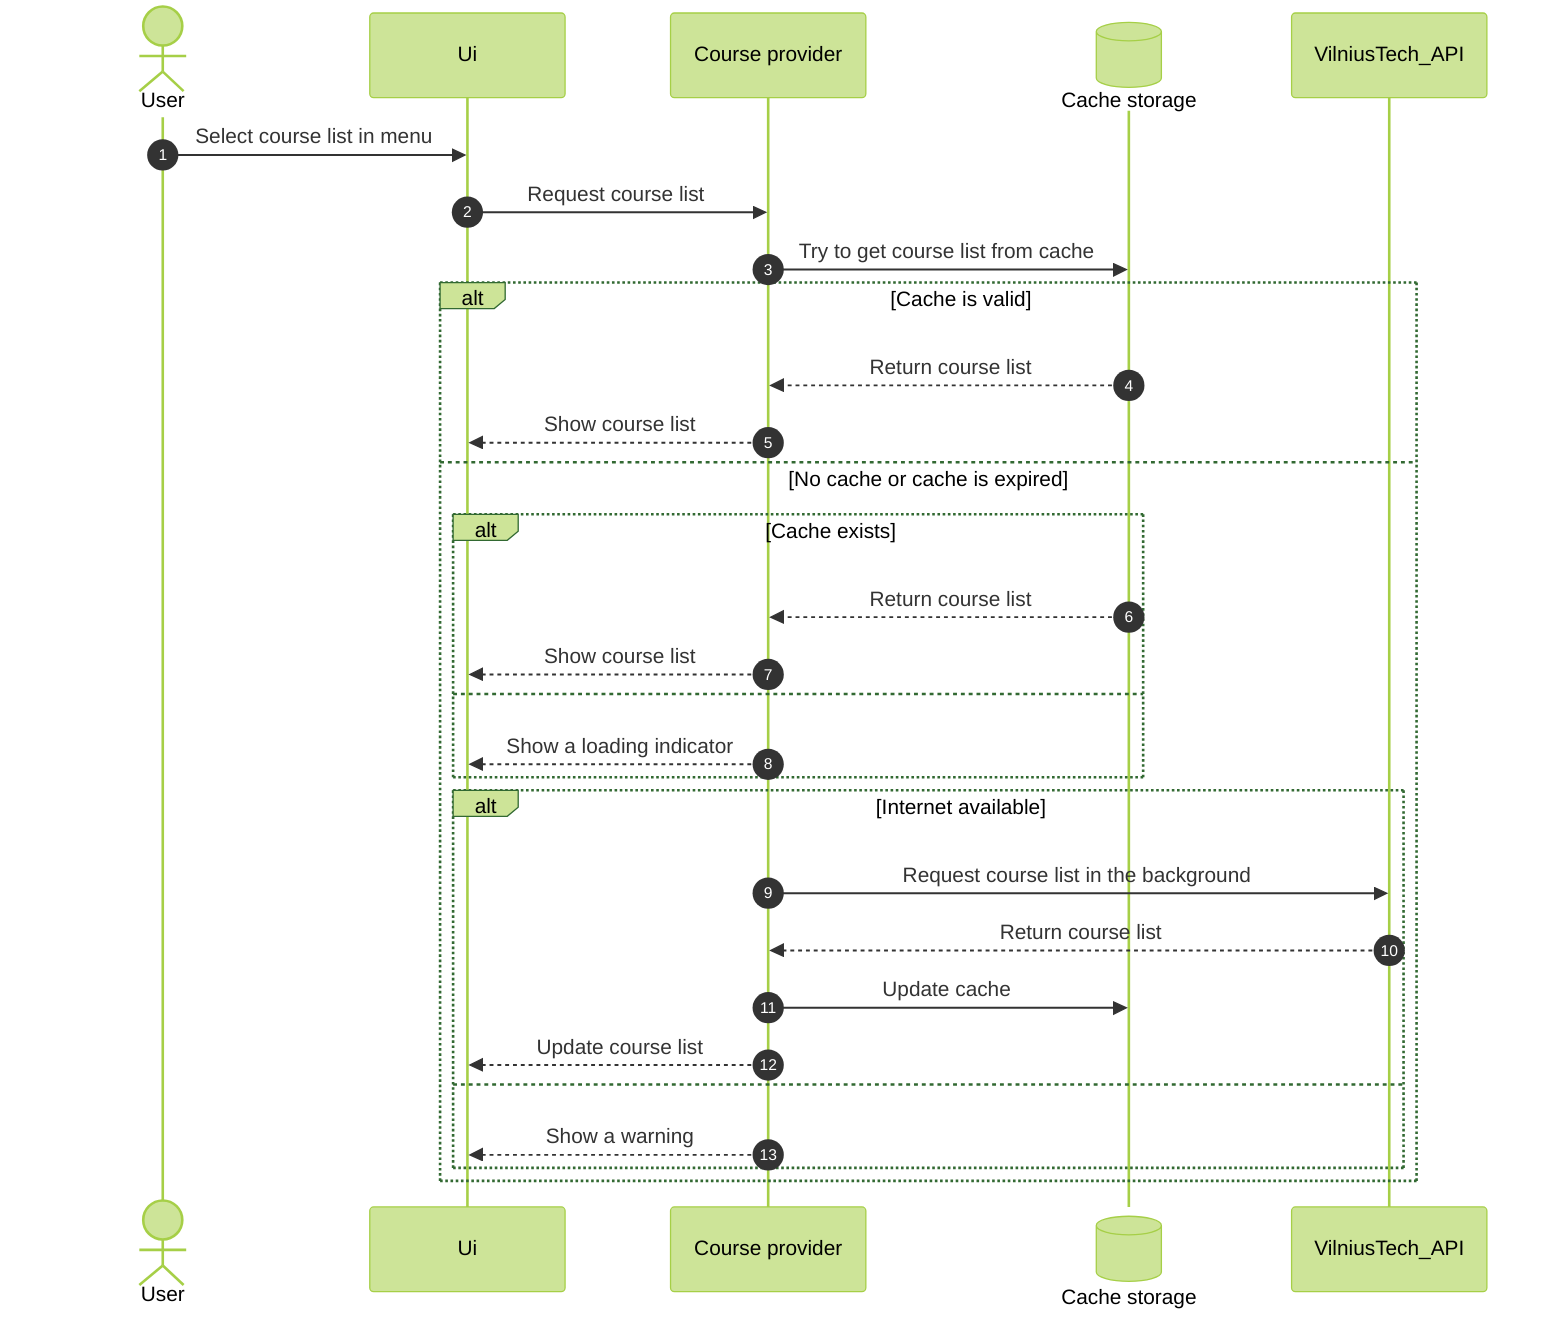
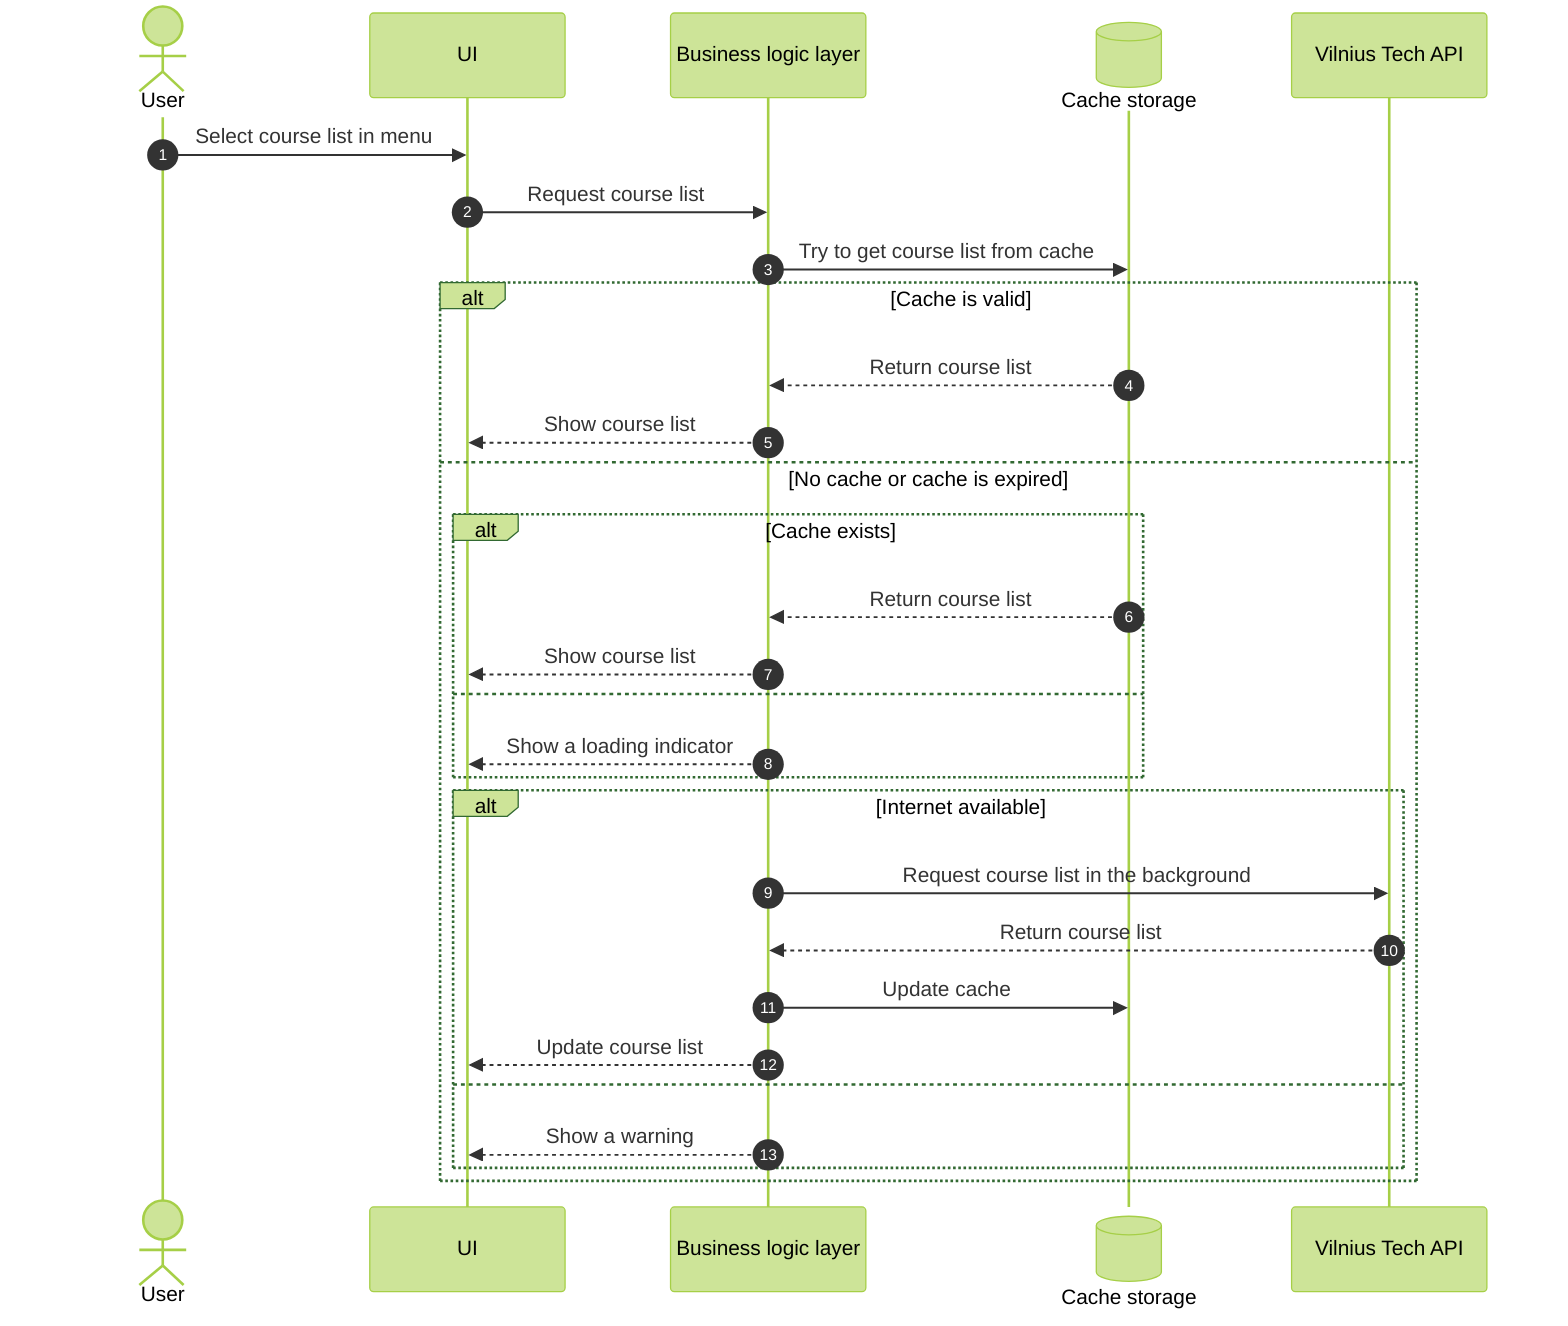
---
config:
  theme: forest
---
sequenceDiagram
    actor User
-     participant Ui
-     participant CourseProvider as Course provider
+     participant Ui as UI
+     participant CourseProvider as Business logic layer
    participant CacheStorage@{ "type": "database" } as Cache storage
-     participant VilniusTech_API
+     participant VilniusTech_API as Vilnius Tech API
    autonumber
    User->>Ui: Select course list in menu
    Ui->>CourseProvider: Request course list
    CourseProvider->>CacheStorage: Try to get course list from cache
    alt Cache is valid
        CacheStorage-->>CourseProvider: Return course list
        CourseProvider-->>Ui: Show course list
    else No cache or cache is expired
        alt Cache exists
            CacheStorage-->>CourseProvider: Return course list
            CourseProvider-->>Ui: Show course list
        else
            CourseProvider-->>Ui: Show a loading indicator
        end

        alt Internet available
            CourseProvider->>VilniusTech_API: Request course list in the background
            VilniusTech_API-->>CourseProvider: Return course list
            CourseProvider->>CacheStorage: Update cache
            CourseProvider-->>Ui: Update course list
        else
            CourseProvider-->>Ui: Show a warning
        end
    end
